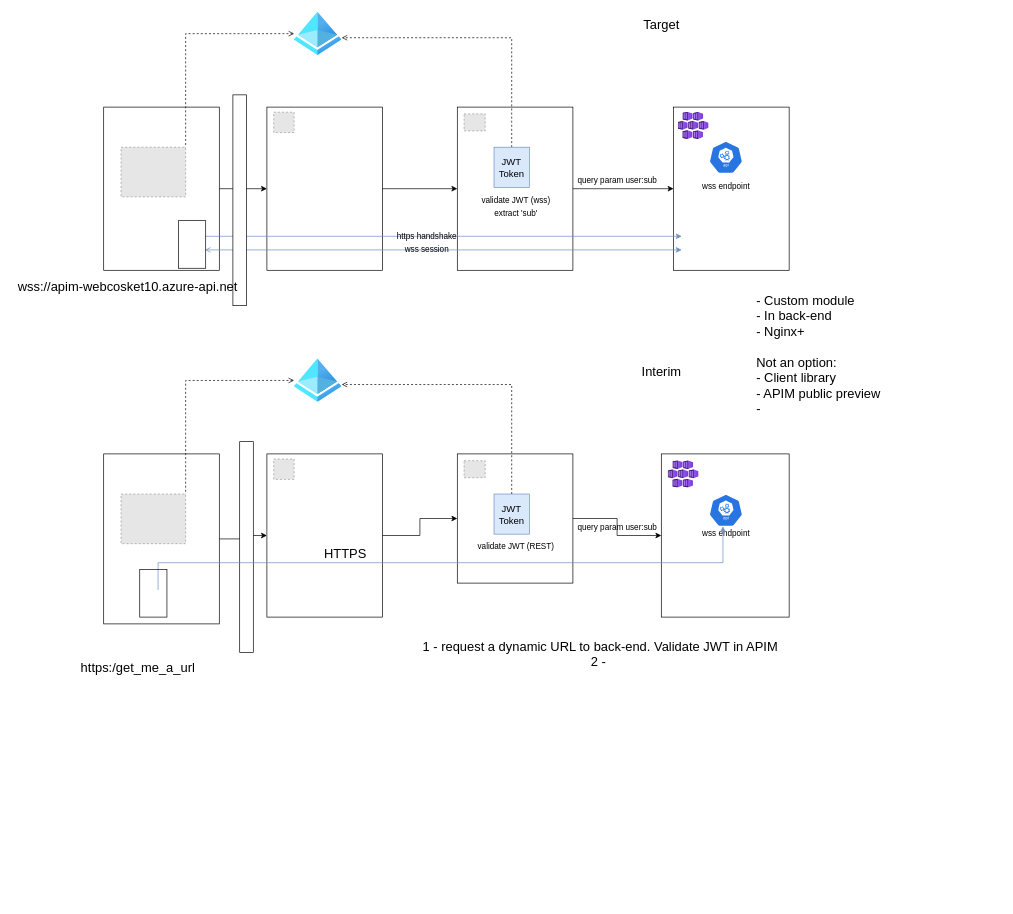
Above: page "Page-3" (3 of 3) of docs/integration/APIM.drawio in namtazpro/az-app-inno-p (draw.io), before the change. Source tidied: cells renumbered, new cells numbered last; positions are measured from the earlier drawing's top-left corner, leaving out a move shared by most shapes. Both pictures are drawn from the tidied source at 68%, with x=0, y=0 at pixel (12, 12). Pictures stored in the file or linked from it are replaced by grey dashed boxes.
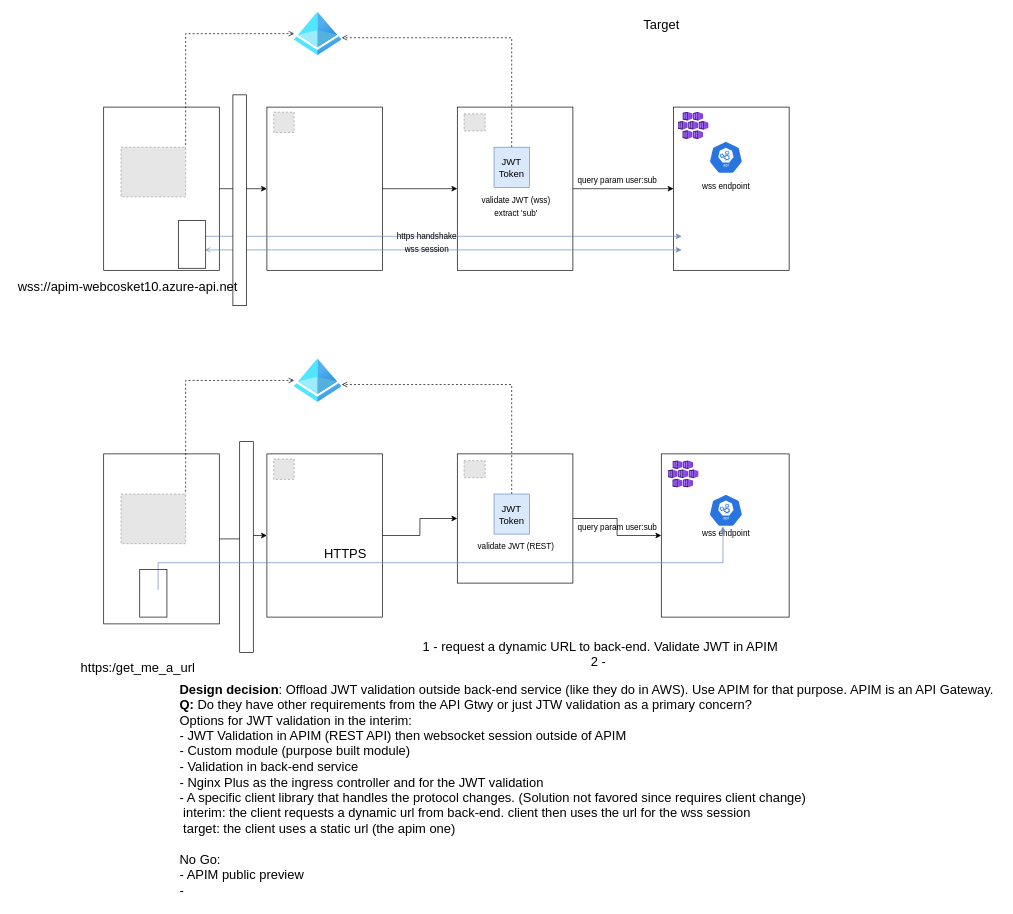
Above is the later version.

Change to the diagram source:
```diff
@@
-    <mxCell id="42" value="Interim" style="text;html=1;align=center;verticalAlign=middle;fillColor=none;strokeColor=none;rounded=0;fontSize=19;" parent="1" vertex="1">
-      <mxGeometry x="920" y="515" width="70" height="30" as="geometry" />
-    </mxCell>
@@
-    <mxCell id="46" value="- Custom module&lt;br&gt;- In back-end&lt;br&gt;- Nginx+&lt;br&gt;&lt;br&gt;Not an option:&lt;br&gt;- Client library&lt;br&gt;- APIM public preview&lt;br&gt;-&amp;nbsp;" style="text;html=1;align=left;verticalAlign=middle;fillColor=none;strokeColor=none;rounded=0;fontSize=19;" parent="1" vertex="1">
-      <mxGeometry x="1093" y="410" width="200" height="190" as="geometry" />
+    <mxCell id="46" value="&lt;b&gt;Design decision&lt;/b&gt;: Offload JWT validation outside back-end service (like they do in AWS). Use APIM for that purpose. APIM is an API Gateway. &lt;br&gt;&lt;b&gt;Q: &lt;/b&gt;Do they have other requirements from the API Gtwy or just JTW validation as a primary concern?&lt;br&gt;Options for JWT validation in the interim: &lt;br&gt;- JWT Validation in APIM (REST API) then websocket session outside of APIM&lt;br&gt;- Custom module (purpose built module)&lt;br&gt;- Validation in back-end service&lt;br&gt;- Nginx Plus as the ingress controller and for the JWT validation&lt;br&gt;- A specific client library that handles the protocol changes. (Solution not favored since requires client change)&amp;nbsp;&lt;br&gt;&amp;nbsp;interim: the client requests a dynamic url from back-end. client then uses the url for the wss session&lt;br&gt;&amp;nbsp;target: the client uses a static url (the apim one)&lt;br&gt;&lt;br&gt;No Go:&lt;br&gt;- APIM public preview&lt;br&gt;-" style="text;html=1;align=left;verticalAlign=middle;fillColor=none;strokeColor=none;rounded=0;fontSize=19;" parent="1" vertex="1">
+      <mxGeometry x="245" y="980" width="1210" height="330" as="geometry" />
     </mxCell>
```
